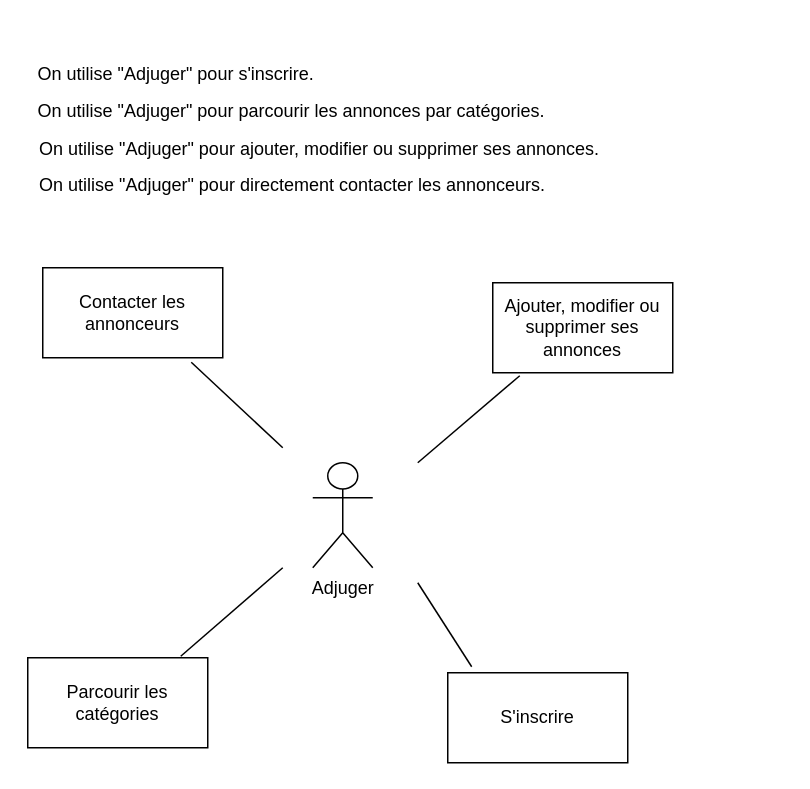
This is a.drawio from Cyprien-png/Adjuger, a draw.io file, before an edit. Source tidied: cells renumbered, new cells numbered last; positions are measured from the earlier drawing's top-left corner, leaving out a move shared by most shapes. Both pictures are drawn from the tidied source at 150%, with x=0, y=0 at pixel (27, 60).
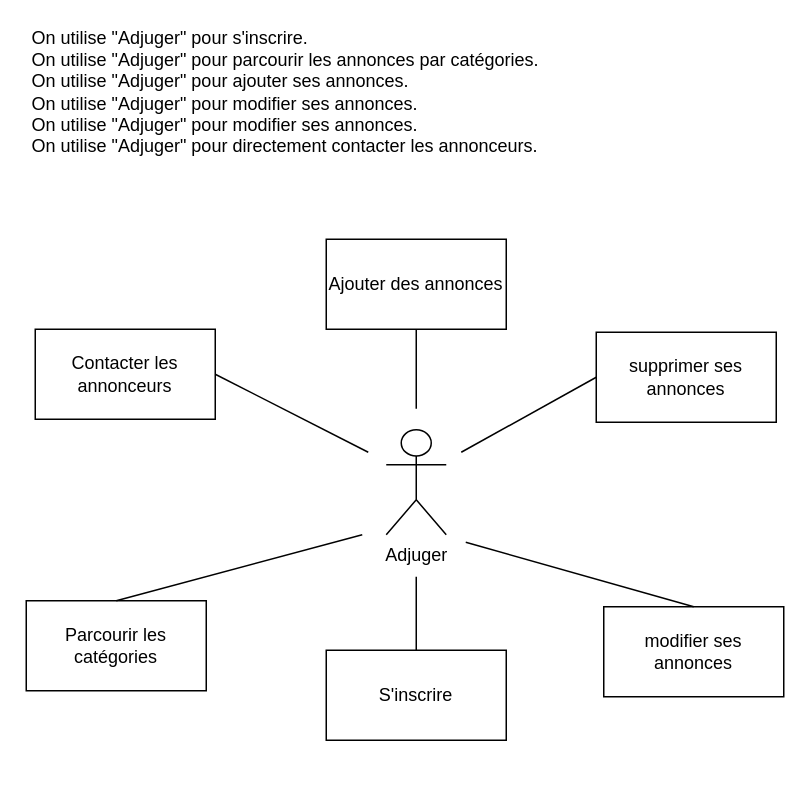
After the change.

Commit message (it also covers changes not shown here):
use cases

The edit, as a diff of the source:
```diff
@@
 <mxGraphModel>
   <root>
     <mxCell id="0" />
     <mxCell id="1" parent="0" />
-    <mxCell id="2" value="Adjuger" style="shape=umlActor;verticalLabelPosition=bottom;verticalAlign=top;html=1;" parent="1" vertex="1">
-      <mxGeometry x="190" y="268" width="40" height="70" as="geometry" />
-    </mxCell>
     <mxCell id="3" value="S'inscrire" style="rounded=0;whiteSpace=wrap;html=1;" parent="1" vertex="1">
-      <mxGeometry x="280" y="408" width="120" height="60" as="geometry" />
+      <mxGeometry x="199" y="393" width="120" height="60" as="geometry" />
     </mxCell>
-    <mxCell id="4" value="Ajouter, modifier ou supprimer ses annonces" style="rounded=0;whiteSpace=wrap;html=1;" parent="1" vertex="1">
-      <mxGeometry x="310" y="148" width="120" height="60" as="geometry" />
+    <mxCell id="4" value="Ajouter des annonces" style="rounded=0;whiteSpace=wrap;html=1;" parent="1" vertex="1">
+      <mxGeometry x="199" y="119" width="120" height="60" as="geometry" />
     </mxCell>
     <mxCell id="5" value="Parcourir les catégories" style="rounded=0;whiteSpace=wrap;html=1;" parent="1" vertex="1">
-      <mxGeometry y="398" width="120" height="60" as="geometry" />
+      <mxGeometry x="-1" y="360" width="120" height="60" as="geometry" />
     </mxCell>
     <mxCell id="6" value="Contacter les annonceurs" style="rounded=0;whiteSpace=wrap;html=1;" parent="1" vertex="1">
-      <mxGeometry x="10" y="138" width="120" height="60" as="geometry" />
+      <mxGeometry x="5" y="179" width="120" height="60" as="geometry" />
     </mxCell>
-    <mxCell id="7" style="endArrow=none;html=1;exitX=0.825;exitY=1.05;exitDx=0;exitDy=0;exitPerimeter=0;" parent="1" edge="1" source="6">
+    <mxCell id="7" style="endArrow=none;html=1;exitX=1;exitY=0.5;exitDx=0;exitDy=0;" parent="1" edge="1" source="6">
       <mxGeometry relative="1" as="geometry">
-        <mxPoint x="170" y="258" as="targetPoint" />
+        <mxPoint x="227" y="261" as="targetPoint" />
       </mxGeometry>
     </mxCell>
-    <mxCell id="8" style="endArrow=none;html=1;entryX=0.15;entryY=1.033;entryDx=0;entryDy=0;entryPerimeter=0;" parent="1" edge="1" target="4">
+    <mxCell id="8" style="endArrow=none;html=1;entryX=0.5;entryY=1;entryDx=0;entryDy=0;" parent="1" edge="1" target="4">
       <mxGeometry relative="1" as="geometry">
-        <mxPoint x="260" y="268" as="sourcePoint" />
+        <mxPoint x="259" y="232" as="sourcePoint" />
       </mxGeometry>
     </mxCell>
-    <mxCell id="9" style="endArrow=none;html=1;entryX=0.133;entryY=-0.067;entryDx=0;entryDy=0;entryPerimeter=0;" parent="1" edge="1" target="3">
+    <mxCell id="9" style="endArrow=none;html=1;entryX=0.5;entryY=0;entryDx=0;entryDy=0;" parent="1" edge="1" target="3">
       <mxGeometry relative="1" as="geometry">
-        <mxPoint x="260" y="348" as="sourcePoint" />
+        <mxPoint x="259" y="344" as="sourcePoint" />
       </mxGeometry>
     </mxCell>
-    <mxCell id="10" style="endArrow=none;html=1;exitX=0.85;exitY=-0.017;exitDx=0;exitDy=0;exitPerimeter=0;" parent="1" edge="1" source="5">
+    <mxCell id="10" style="endArrow=none;html=1;exitX=0.5;exitY=0;exitDx=0;exitDy=0;" parent="1" edge="1" source="5">
       <mxGeometry relative="1" as="geometry">
-        <mxPoint x="170" y="338" as="targetPoint" />
+        <mxPoint x="223" y="316" as="targetPoint" />
       </mxGeometry>
     </mxCell>
-    <mxCell id="11" value="On utilise &quot;Adjuger&quot; pour parcourir les annonces par catégories." style="text;html=1;align=left;verticalAlign=middle;" parent="1" vertex="1">
-      <mxGeometry x="5" y="25" width="348" height="18" as="geometry" />
-    </mxCell>
-    <mxCell id="12" value="On utilise &quot;Adjuger&quot; pour directement contacter les annonceurs." style="text;html=1;align=left;verticalAlign=middle;" parent="1" vertex="1">
-      <mxGeometry x="6" y="74" width="347" height="18" as="geometry" />
+    <mxCell id="12" value="On utilise &quot;Adjuger&quot; pour s'inscrire.&lt;br&gt;On utilise &quot;Adjuger&quot; pour parcourir les annonces par catégories.&lt;br&gt;On utilise &quot;Adjuger&quot; pour ajouter ses annonces.&lt;br&gt;On utilise &quot;Adjuger&quot; pour modifier ses annonces.&lt;br&gt;On utilise &quot;Adjuger&quot; pour modifier ses annonces.&lt;br&gt;On utilise &quot;Adjuger&quot; pour directement contacter les annonceurs.&lt;br&gt;" style="text;html=1;align=left;verticalAlign=middle;" parent="1" vertex="1">
+      <mxGeometry x="1" y="-23" width="348" height="88" as="geometry" />
     </mxCell>
-    <mxCell id="13" value="On utilise &quot;Adjuger&quot; pour s'inscrire." style="text;html=1;align=left;verticalAlign=middle;" parent="1" vertex="1">
-      <mxGeometry x="5" width="194" height="18" as="geometry" />
-    </mxCell>
-    <mxCell id="14" value="On utilise &quot;Adjuger&quot; pour ajouter, modifier ou supprimer ses annonces." style="text;html=1;align=left;verticalAlign=middle;" parent="1" vertex="1">
-      <mxGeometry x="6" y="50" width="383" height="18" as="geometry" />
-    </mxCell>
+    <mxCell id="15" value="&lt;span&gt;modifier ses annonces&lt;/span&gt;" style="rounded=0;whiteSpace=wrap;html=1;" parent="1" vertex="1">
+      <mxGeometry x="384" y="364" width="120" height="60" as="geometry" />
+    </mxCell>
+    <mxCell id="16" value="&lt;span&gt;supprimer ses annonces&lt;/span&gt;" style="rounded=0;whiteSpace=wrap;html=1;" parent="1" vertex="1">
+      <mxGeometry x="379" y="181" width="120" height="60" as="geometry" />
+    </mxCell>
+    <mxCell id="2" value="Adjuger" style="shape=umlActor;verticalLabelPosition=bottom;verticalAlign=top;html=1;" parent="1" vertex="1">
+      <mxGeometry x="239" y="246" width="40" height="70" as="geometry" />
+    </mxCell>
+    <mxCell id="17" style="endArrow=none;html=1;entryX=0.5;entryY=0;entryDx=0;entryDy=0;" parent="1" edge="1" target="15">
+      <mxGeometry relative="1" as="geometry">
+        <mxPoint x="292" y="321" as="sourcePoint" />
+      </mxGeometry>
+    </mxCell>
+    <mxCell id="18" style="endArrow=none;html=1;entryX=0;entryY=0.5;entryDx=0;entryDy=0;" parent="1" edge="1" target="16">
+      <mxGeometry relative="1" as="geometry">
+        <mxPoint x="289" y="261" as="sourcePoint" />
+      </mxGeometry>
+    </mxCell>
   </root>
 </mxGraphModel>
```
